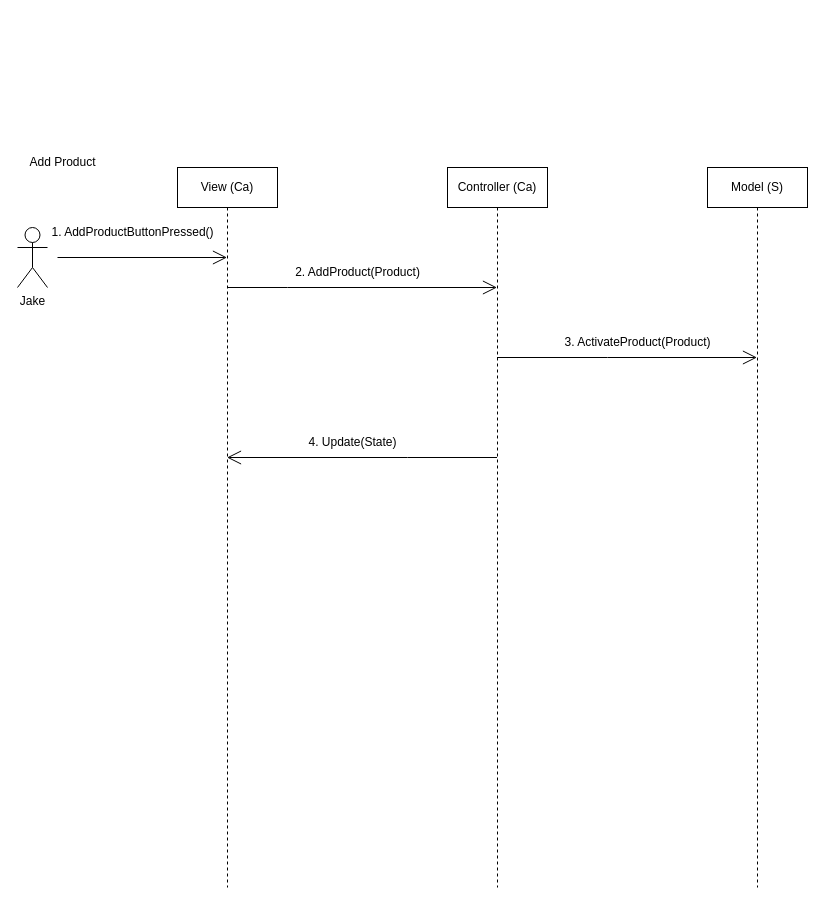
Above: page "UC-AddProduct" (4 of 4) of Project4-Diagrams.drawio in CoHammo/Bid501-Team14B (draw.io), before the change. Source tidied: cells renumbered, new cells numbered last; positions are measured from the earlier drawing's top-left corner, leaving out a move shared by most shapes. Both pictures are drawn from the tidied source at 100%, with x=0, y=0 at pixel (17, 147).
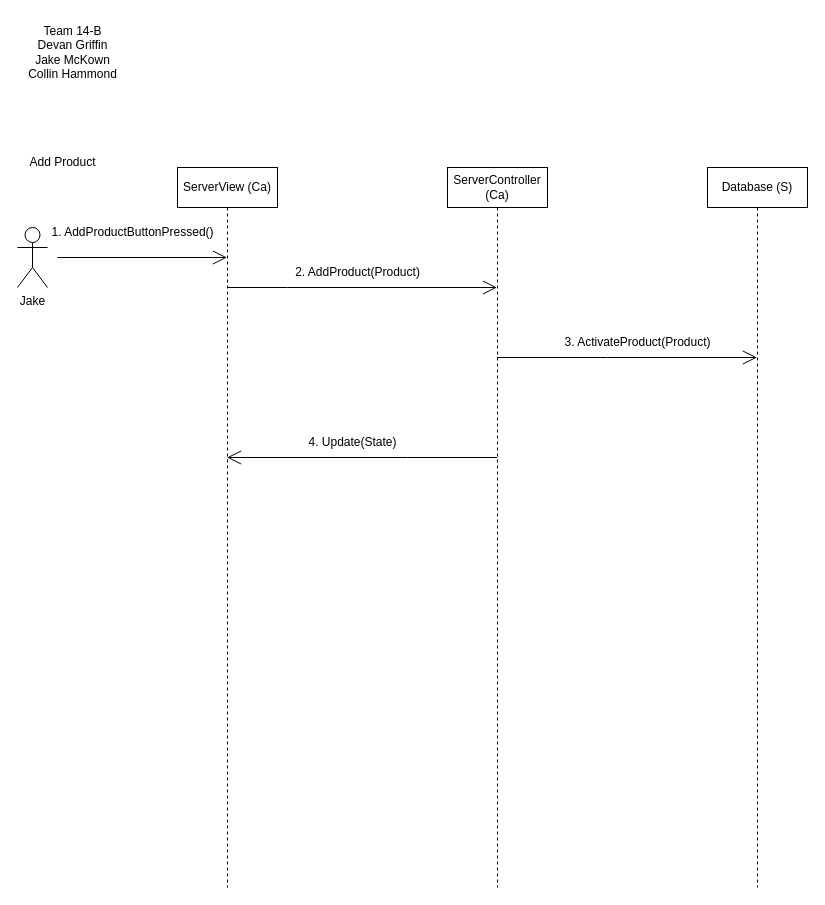
The same diagram, later.

Diff of the diagram source:
```diff
@@
-    <mxCell id="2" value="View (Ca)" style="shape=umlLifeline;perimeter=lifelinePerimeter;whiteSpace=wrap;html=1;outlineConnect=0;" parent="1" vertex="1">
+    <mxCell id="2" value="ServerView (Ca)" style="shape=umlLifeline;perimeter=lifelinePerimeter;whiteSpace=wrap;html=1;outlineConnect=0;" parent="1" vertex="1">
       <mxGeometry x="160" y="20" width="100" height="720" as="geometry" />
     </mxCell>
@@
-    <mxCell id="5" value="Controller (Ca)" style="shape=umlLifeline;perimeter=lifelinePerimeter;whiteSpace=wrap;html=1;outlineConnect=0;" parent="1" vertex="1">
+    <mxCell id="5" value="ServerController (Ca)" style="shape=umlLifeline;perimeter=lifelinePerimeter;whiteSpace=wrap;html=1;outlineConnect=0;" parent="1" vertex="1">
       <mxGeometry x="430" y="20" width="100" height="720" as="geometry" />
     </mxCell>
-    <mxCell id="6" value="Model (S)" style="shape=umlLifeline;perimeter=lifelinePerimeter;whiteSpace=wrap;html=1;outlineConnect=0;" parent="1" vertex="1">
+    <mxCell id="6" value="Database (S)" style="shape=umlLifeline;perimeter=lifelinePerimeter;whiteSpace=wrap;html=1;outlineConnect=0;" parent="1" vertex="1">
       <mxGeometry x="690" y="20" width="100" height="720" as="geometry" />
     </mxCell>
@@
+    <mxCell id="15" value="Team 14-B&lt;br&gt;Devan Griffin&lt;br&gt;Jake McKown&lt;br&gt;Collin Hammond" style="text;html=1;align=center;verticalAlign=middle;strokeColor=none;fillColor=none;" parent="1" vertex="1">
+      <mxGeometry y="-130" width="110" height="70" as="geometry" />
+    </mxCell>
```
